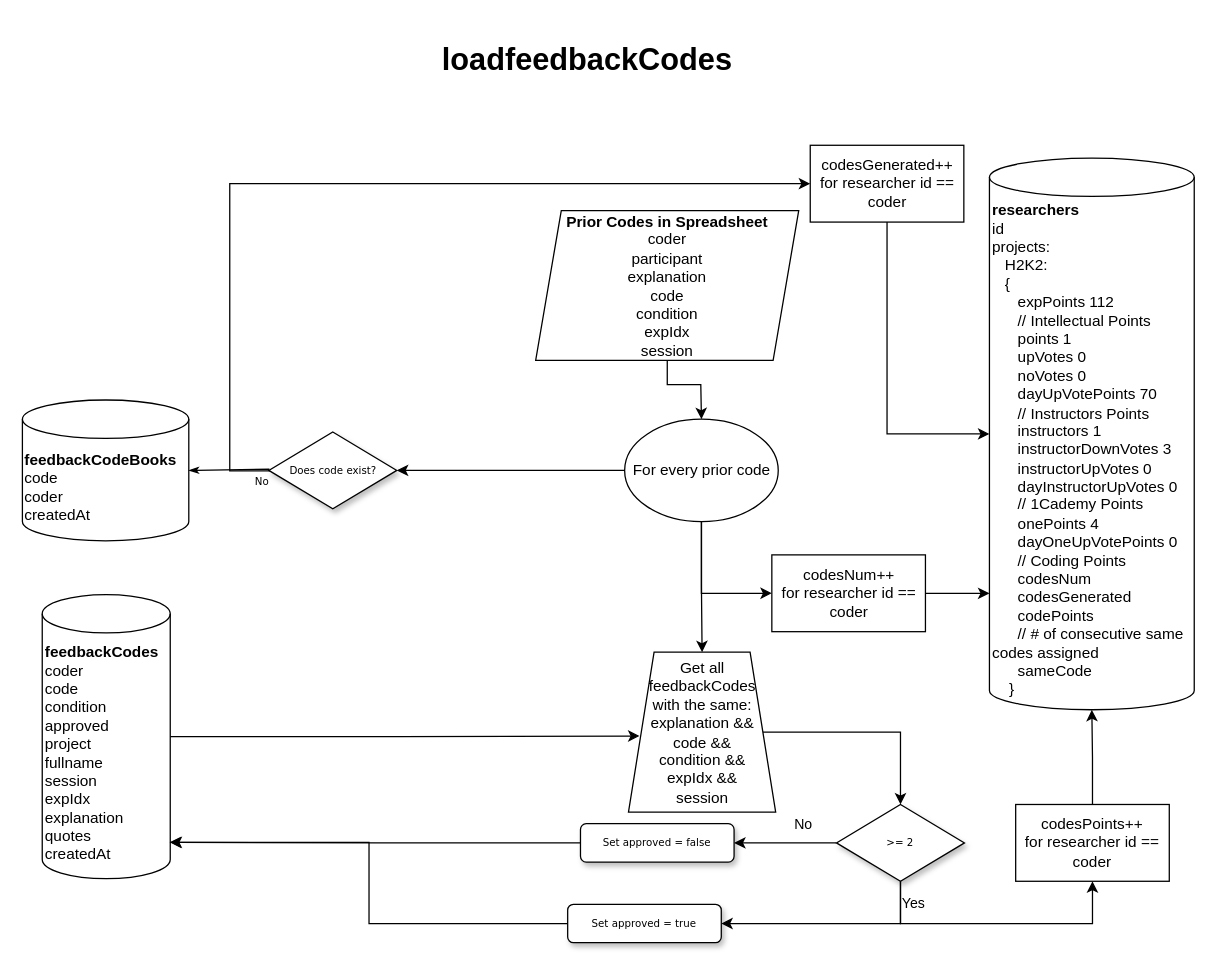
ImanYZ/VisualExp keeps this draw.io diagram as functions/projectManagement.drawio. Above is the earlier version. Source tidied: cells renumbered, new cells numbered last; positions are measured from the earlier drawing's top-left corner, leaving out a move shared by most shapes. Both pictures are drawn from the tidied source at 128%, with x=0, y=0 at pixel (22, 28).
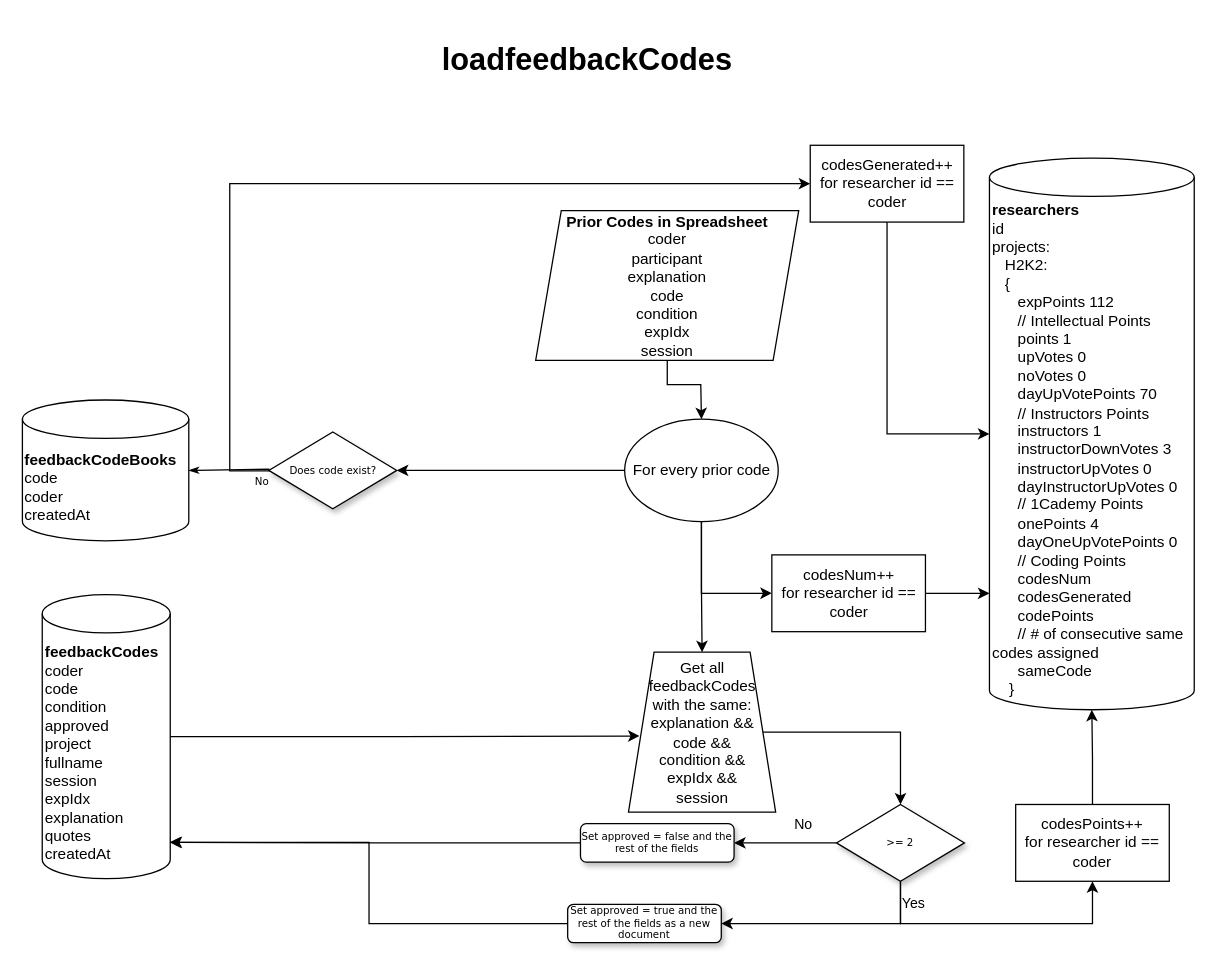
After the change.

Change to the diagram source:
```diff
@@
-    <mxCell id="22" value="Set approved = true" style="rounded=1;whiteSpace=wrap;html=1;shadow=1;labelBackgroundColor=none;strokeWidth=1;fontFamily=Verdana;fontSize=8;align=center;" parent="1" vertex="1">
+    <mxCell id="22" value="Set approved = true&amp;nbsp;and the rest of the fields as a new document" style="rounded=1;whiteSpace=wrap;html=1;shadow=1;labelBackgroundColor=none;strokeWidth=1;fontFamily=Verdana;fontSize=8;align=center;" parent="1" vertex="1">
       <mxGeometry x="426" y="684" width="120" height="30" as="geometry" />
     </mxCell>
@@
-    <mxCell id="24" value="Set approved = false" style="rounded=1;whiteSpace=wrap;html=1;shadow=1;labelBackgroundColor=none;strokeWidth=1;fontFamily=Verdana;fontSize=8;align=center;" parent="1" vertex="1">
+    <mxCell id="24" value="Set approved = false and the rest of the fields" style="rounded=1;whiteSpace=wrap;html=1;shadow=1;labelBackgroundColor=none;strokeWidth=1;fontFamily=Verdana;fontSize=8;align=center;" parent="1" vertex="1">
       <mxGeometry x="436" y="621" width="120" height="30" as="geometry" />
     </mxCell>
```
